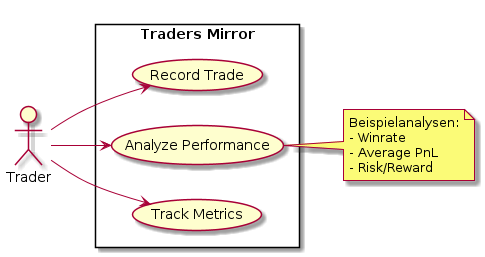
monkey-trader/traders-mirror keeps this PlantUML diagram as docs/diagrams/usecases.png. Above is the earlier version. Its source is kept beside it as docs/diagrams/usecases.puml.
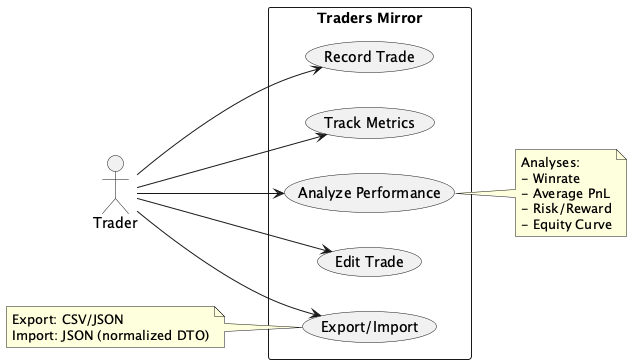
After the change.

The edit, as a diff of the source:
```diff
@@ -3,17 +3,27 @@
 actor Trader
 rectangle "Traders Mirror" {
   usecase "Record Trade" as U1
+  usecase "Edit Trade" as U4
   usecase "Analyze Performance" as U2
   usecase "Track Metrics" as U3
+  usecase "Export/Import" as U5
 }
 Trader --> U1
+Trader --> U4
 Trader --> U2
 Trader --> U3
+Trader --> U5
 
 note right of U2
-  Beispielanalysen:
+  Analyses:
   - Winrate
   - Average PnL
   - Risk/Reward
+  - Equity Curve
+end note
+
+note left of U5
+  Export: CSV/JSON
+  Import: JSON (normalized DTO)
 end note
 @enduml
```
